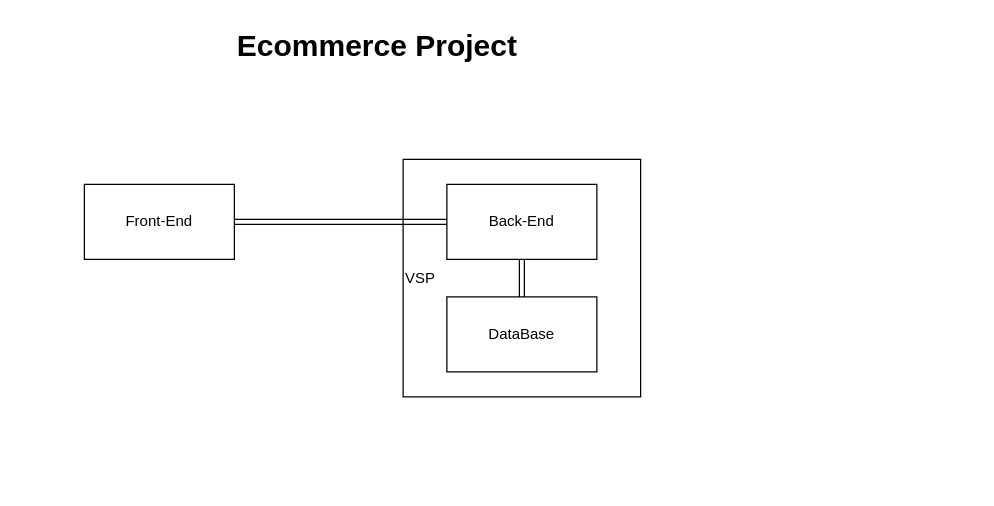
Earlier version of the draw.io diagram Untitled Diagram.drawio (mitri-dvp/diagramas). Source tidied: cells renumbered, new cells numbered last; positions are measured from the earlier drawing's top-left corner, leaving out a move shared by most shapes. Both pictures are drawn from the tidied source at 125%, with x=0, y=0 at pixel (84, 21).
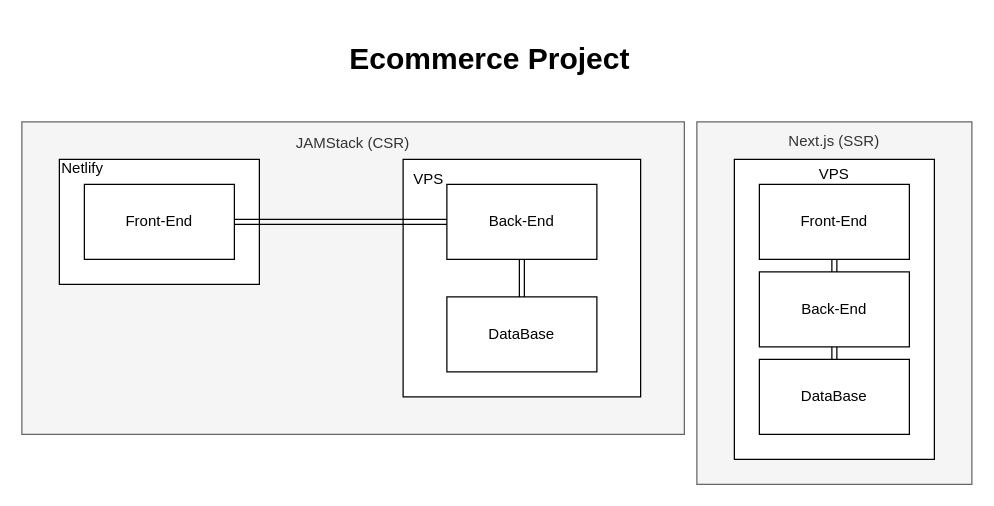
Above is the later version.

The edit, as a diff of the source:
```diff
@@
 <mxGraphModel>
   <root>
     <mxCell id="0" />
     <mxCell id="1" parent="0" />
+    <mxCell id="9" value="&lt;div&gt;JAMStack (CSR)&lt;/div&gt;&lt;div&gt;&lt;br&gt;&lt;/div&gt;&lt;div&gt;&lt;br&gt;&lt;/div&gt;&lt;div&gt;&lt;br&gt;&lt;/div&gt;&lt;div&gt;&lt;br&gt;&lt;/div&gt;&lt;div&gt;&lt;br&gt;&lt;/div&gt;&lt;div&gt;&lt;br&gt;&lt;/div&gt;&lt;div&gt;&lt;br&gt;&lt;/div&gt;&lt;div&gt;&lt;br&gt;&lt;/div&gt;&lt;div&gt;&lt;br&gt;&lt;/div&gt;&lt;div&gt;&lt;br&gt;&lt;/div&gt;&lt;div&gt;&lt;br&gt;&lt;/div&gt;&lt;div&gt;&lt;br&gt;&lt;/div&gt;&lt;div&gt;&lt;br&gt;&lt;/div&gt;&lt;div&gt;&lt;br&gt;&lt;/div&gt;&lt;div&gt;&lt;br&gt;&lt;/div&gt;" style="rounded=0;whiteSpace=wrap;html=1;labelBackgroundColor=none;fillColor=#f5f5f5;strokeColor=#666666;fontColor=#333333;" parent="1" vertex="1">
+      <mxGeometry x="-50" y="80" width="530" height="250" as="geometry" />
+    </mxCell>
+    <mxCell id="10" value="&lt;div align=&quot;left&quot;&gt;Netlify&lt;br&gt;&lt;/div&gt;&lt;div align=&quot;left&quot;&gt;&lt;br&gt;&lt;/div&gt;&lt;div align=&quot;left&quot;&gt;&lt;br&gt;&lt;/div&gt;&lt;div align=&quot;left&quot;&gt;&lt;br&gt;&lt;/div&gt;&lt;div align=&quot;left&quot;&gt;&lt;br&gt;&lt;/div&gt;&lt;div align=&quot;left&quot;&gt;&lt;br&gt;&lt;/div&gt;&lt;div align=&quot;left&quot;&gt;&lt;br&gt;&lt;/div&gt;" style="rounded=0;whiteSpace=wrap;html=1;align=left;" parent="1" vertex="1">
+      <mxGeometry x="-20" y="110" width="160" height="100" as="geometry" />
+    </mxCell>
-    <mxCell id="2" value="&lt;div align=&quot;left&quot;&gt;VSP&lt;/div&gt;" style="whiteSpace=wrap;html=1;align=left;" parent="1" vertex="1">
+    <mxCell id="2" value="&lt;div&gt;&amp;nbsp; VPS&lt;/div&gt;&lt;div&gt;&lt;br&gt;&lt;/div&gt;&lt;div&gt;&lt;br&gt;&lt;/div&gt;&lt;div&gt;&lt;br&gt;&lt;/div&gt;&lt;div&gt;&lt;br&gt;&lt;/div&gt;&lt;div&gt;&lt;br&gt;&lt;/div&gt;&lt;div&gt;&lt;br&gt;&lt;/div&gt;&lt;div&gt;&lt;br&gt;&lt;/div&gt;&lt;div&gt;&lt;br&gt;&lt;/div&gt;&lt;div&gt;&lt;br&gt;&lt;/div&gt;&lt;div&gt;&lt;br&gt;&lt;/div&gt;&lt;div&gt;&lt;br&gt;&lt;/div&gt;" style="whiteSpace=wrap;html=1;align=left;" parent="1" vertex="1">
       <mxGeometry x="255" y="110" width="190" height="190" as="geometry" />
     </mxCell>
     <mxCell id="3" value="&lt;div&gt;Front-End&lt;/div&gt;" style="rounded=0;whiteSpace=wrap;html=1;" parent="1" vertex="1">
       <mxGeometry y="130" width="120" height="60" as="geometry" />
     </mxCell>
     <mxCell id="4" value="&lt;div&gt;Back-End&lt;/div&gt;" style="rounded=0;whiteSpace=wrap;html=1;" parent="1" vertex="1">
       <mxGeometry x="290" y="130" width="120" height="60" as="geometry" />
     </mxCell>
     <mxCell id="5" value="DataBase" style="rounded=0;whiteSpace=wrap;html=1;" parent="1" vertex="1">
       <mxGeometry x="290" y="220" width="120" height="60" as="geometry" />
     </mxCell>
     <mxCell id="6" value="&lt;div&gt;Ecommerce Project&lt;br&gt;&lt;/div&gt;" style="text;strokeColor=none;fillColor=none;html=1;fontSize=24;fontStyle=1;verticalAlign=middle;align=center;" parent="1" vertex="1">
-      <mxGeometry x="184" width="100" height="40" as="geometry" />
+      <mxGeometry x="274" y="10" width="100" height="40" as="geometry" />
     </mxCell>
     <mxCell id="7" style="shape=link;html=1;exitX=1;exitY=0.5;exitDx=0;exitDy=0;entryX=0;entryY=0.5;entryDx=0;entryDy=0;" parent="1" edge="1" source="3" target="4">
       <mxGeometry relative="1" as="geometry" />
     </mxCell>
     <mxCell id="8" style="shape=link;html=1;exitX=0.5;exitY=1;exitDx=0;exitDy=0;" parent="1" edge="1" source="4" target="5">
       <mxGeometry relative="1" as="geometry" />
     </mxCell>
+    <mxCell id="11" value="&lt;div&gt;Next.js (SSR)&lt;/div&gt;&lt;div&gt;&lt;br&gt;&lt;/div&gt;&lt;div&gt;&lt;br&gt;&lt;/div&gt;&lt;div&gt;&lt;br&gt;&lt;/div&gt;&lt;div&gt;&lt;br&gt;&lt;/div&gt;&lt;div&gt;&lt;br&gt;&lt;/div&gt;&lt;div&gt;&lt;br&gt;&lt;/div&gt;&lt;div&gt;&lt;br&gt;&lt;/div&gt;&lt;div&gt;&lt;br&gt;&lt;/div&gt;&lt;div&gt;&lt;br&gt;&lt;/div&gt;&lt;div&gt;&lt;br&gt;&lt;/div&gt;&lt;div&gt;&lt;br&gt;&lt;/div&gt;&lt;div&gt;&lt;br&gt;&lt;/div&gt;&lt;div&gt;&lt;br&gt;&lt;/div&gt;&lt;div&gt;&lt;br&gt;&lt;/div&gt;&lt;div&gt;&lt;br&gt;&lt;/div&gt;&lt;div&gt;&lt;br&gt;&lt;/div&gt;&lt;div&gt;&lt;br&gt;&lt;/div&gt;&lt;div&gt;&lt;br&gt;&lt;/div&gt;" style="rounded=0;whiteSpace=wrap;html=1;labelBackgroundColor=none;fillColor=#f5f5f5;strokeColor=#666666;fontColor=#333333;" parent="1" vertex="1">
+      <mxGeometry x="490" y="80" width="220" height="290" as="geometry" />
+    </mxCell>
+    <mxCell id="12" value="&lt;div&gt;VPS&lt;/div&gt;&lt;div&gt;&lt;br&gt;&lt;/div&gt;&lt;div&gt;&lt;br&gt;&lt;/div&gt;&lt;div&gt;&lt;br&gt;&lt;/div&gt;&lt;div&gt;&lt;br&gt;&lt;/div&gt;&lt;div&gt;&lt;br&gt;&lt;/div&gt;&lt;div&gt;&lt;br&gt;&lt;/div&gt;&lt;div&gt;&lt;br&gt;&lt;/div&gt;&lt;div&gt;&lt;br&gt;&lt;/div&gt;&lt;div&gt;&lt;br&gt;&lt;/div&gt;&lt;div&gt;&lt;br&gt;&lt;/div&gt;&lt;div&gt;&lt;br&gt;&lt;/div&gt;&lt;div&gt;&lt;br&gt;&lt;/div&gt;&lt;div&gt;&lt;br&gt;&lt;/div&gt;&lt;div&gt;&lt;br&gt;&lt;/div&gt;&lt;div&gt;&lt;br&gt;&lt;/div&gt;" style="rounded=0;whiteSpace=wrap;html=1;align=center;" parent="1" vertex="1">
+      <mxGeometry x="520" y="110" width="160" height="240" as="geometry" />
+    </mxCell>
+    <mxCell id="13" value="&lt;div&gt;Front-End&lt;/div&gt;" style="rounded=0;whiteSpace=wrap;html=1;" parent="1" vertex="1">
+      <mxGeometry x="540" y="130" width="120" height="60" as="geometry" />
+    </mxCell>
+    <mxCell id="14" value="&lt;div&gt;Back-End&lt;/div&gt;" style="rounded=0;whiteSpace=wrap;html=1;" parent="1" vertex="1">
+      <mxGeometry x="540" y="200" width="120" height="60" as="geometry" />
+    </mxCell>
+    <mxCell id="15" value="DataBase" style="rounded=0;whiteSpace=wrap;html=1;" parent="1" vertex="1">
+      <mxGeometry x="540" y="270" width="120" height="60" as="geometry" />
+    </mxCell>
+    <mxCell id="16" style="shape=link;html=1;exitX=0.5;exitY=1;exitDx=0;exitDy=0;entryX=0.5;entryY=0;entryDx=0;entryDy=0;" parent="1" edge="1" source="13" target="14">
+      <mxGeometry relative="1" as="geometry" />
+    </mxCell>
+    <mxCell id="17" style="shape=link;html=1;exitX=0.5;exitY=1;exitDx=0;exitDy=0;" parent="1" edge="1" source="14" target="15">
+      <mxGeometry relative="1" as="geometry" />
+    </mxCell>
   </root>
 </mxGraphModel>
```
